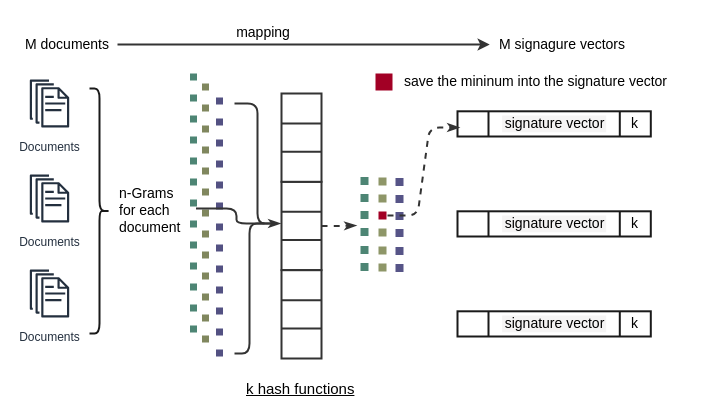
This is drawio/min-hashing.drawio from oceanumeric/oceanumeric.github.io, a draw.io file, before an edit. Source tidied: cells renumbered, new cells numbered last; positions are measured from the earlier drawing's top-left corner, leaving out a move shared by most shapes. Both pictures are drawn from the tidied source at 100%, with x=0, y=0 at pixel (17, 17).
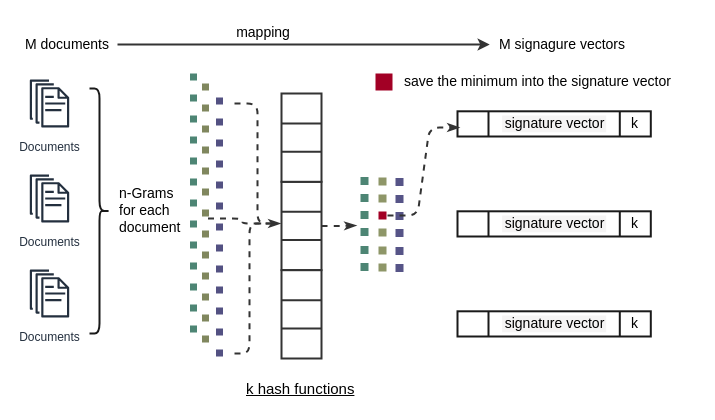
The same diagram, later.

Unchanged cells that the change refers to:
```xml
<mxCell id="18" style="line;strokeWidth=7;direction=south;html=1;perimeter=backbonePerimeter;points=[];outlineConnect=0;dashed=1;dashPattern=1 2;strokeColor=#4D8574;fontSize=15;fontColor=#000000;fillColor=#FFFFFF;shadow=0;" parent="1" vertex="1">
  <mxGeometry x="171" y="56" width="10" height="270" as="geometry" />
</mxCell>
<mxCell id="19" style="line;strokeWidth=7;direction=south;html=1;perimeter=backbonePerimeter;points=[];outlineConnect=0;dashed=1;dashPattern=1 2;strokeColor=#80875E;fontSize=15;fontColor=#000000;fillColor=#858C61;shadow=0;" parent="1" vertex="1">
  <mxGeometry x="183" y="66" width="10" height="270" as="geometry" />
</mxCell>
```

Diff of the diagram source:
```diff
@@
-    <mxCell id="3" value="save the mininum into the signature vector&amp;nbsp;" style="text;html=1;strokeColor=none;fillColor=none;align=left;verticalAlign=middle;whiteSpace=wrap;rounded=0;dashed=1;dashPattern=1 2;strokeWidth=2;fontSize=14;fontColor=#000000;" parent="1" vertex="1">
+    <mxCell id="3" value="save the minimum into the signature vector&amp;nbsp;" style="text;html=1;strokeColor=none;fillColor=none;align=left;verticalAlign=middle;whiteSpace=wrap;rounded=0;dashed=1;dashPattern=1 2;strokeWidth=2;fontSize=14;fontColor=#000000;" parent="1" vertex="1">
       <mxGeometry x="385" y="49" width="296" height="30" as="geometry" />
     </mxCell>
@@
-    <mxCell id="33" style="endArrow=classicThin;html=1;sketch=0;strokeColor=#333333;strokeWidth=2;fontSize=15;fontColor=#000000;fillColor=#000000;edgeStyle=elbowEdgeStyle;endFill=1;" parent="1" edge="1">
+    <mxCell id="33" style="endArrow=classicThin;html=1;sketch=0;strokeColor=#333333;strokeWidth=2;fontSize=15;fontColor=#000000;fillColor=#000000;edgeStyle=elbowEdgeStyle;endFill=1;dashed=1;" parent="1" edge="1">
       <mxGeometry relative="1" as="geometry">
         <mxPoint x="217" y="86" as="sourcePoint" />
         <mxPoint x="263" y="206" as="targetPoint" />
       </mxGeometry>
     </mxCell>
-    <mxCell id="34" style="endArrow=none;html=1;sketch=0;strokeColor=#333333;strokeWidth=2;fontSize=15;fontColor=#000000;fillColor=#000000;edgeStyle=elbowEdgeStyle;endFill=0;" parent="1" edge="1" source="18">
+    <mxCell id="34" style="endArrow=none;html=1;sketch=0;strokeColor=#333333;strokeWidth=2;fontSize=15;fontColor=#000000;fillColor=#000000;edgeStyle=elbowEdgeStyle;endFill=0;dashed=1;" parent="1" edge="1" source="19">
       <mxGeometry relative="1" as="geometry">
         <mxPoint x="257" y="206" as="targetPoint" />
       </mxGeometry>
     </mxCell>
-    <mxCell id="35" style="endArrow=none;html=1;sketch=0;strokeColor=#333333;strokeWidth=2;fontSize=15;fontColor=#000000;fillColor=#000000;edgeStyle=elbowEdgeStyle;endFill=0;" parent="1" edge="1">
+    <mxCell id="35" style="endArrow=none;html=1;sketch=0;strokeColor=#333333;strokeWidth=2;fontSize=15;fontColor=#000000;fillColor=#000000;edgeStyle=elbowEdgeStyle;endFill=0;dashed=1;" parent="1" edge="1">
       <mxGeometry relative="1" as="geometry">
         <mxPoint x="217" y="336" as="sourcePoint" />
         <mxPoint x="247" y="206" as="targetPoint" />
       </mxGeometry>
     </mxCell>
```
